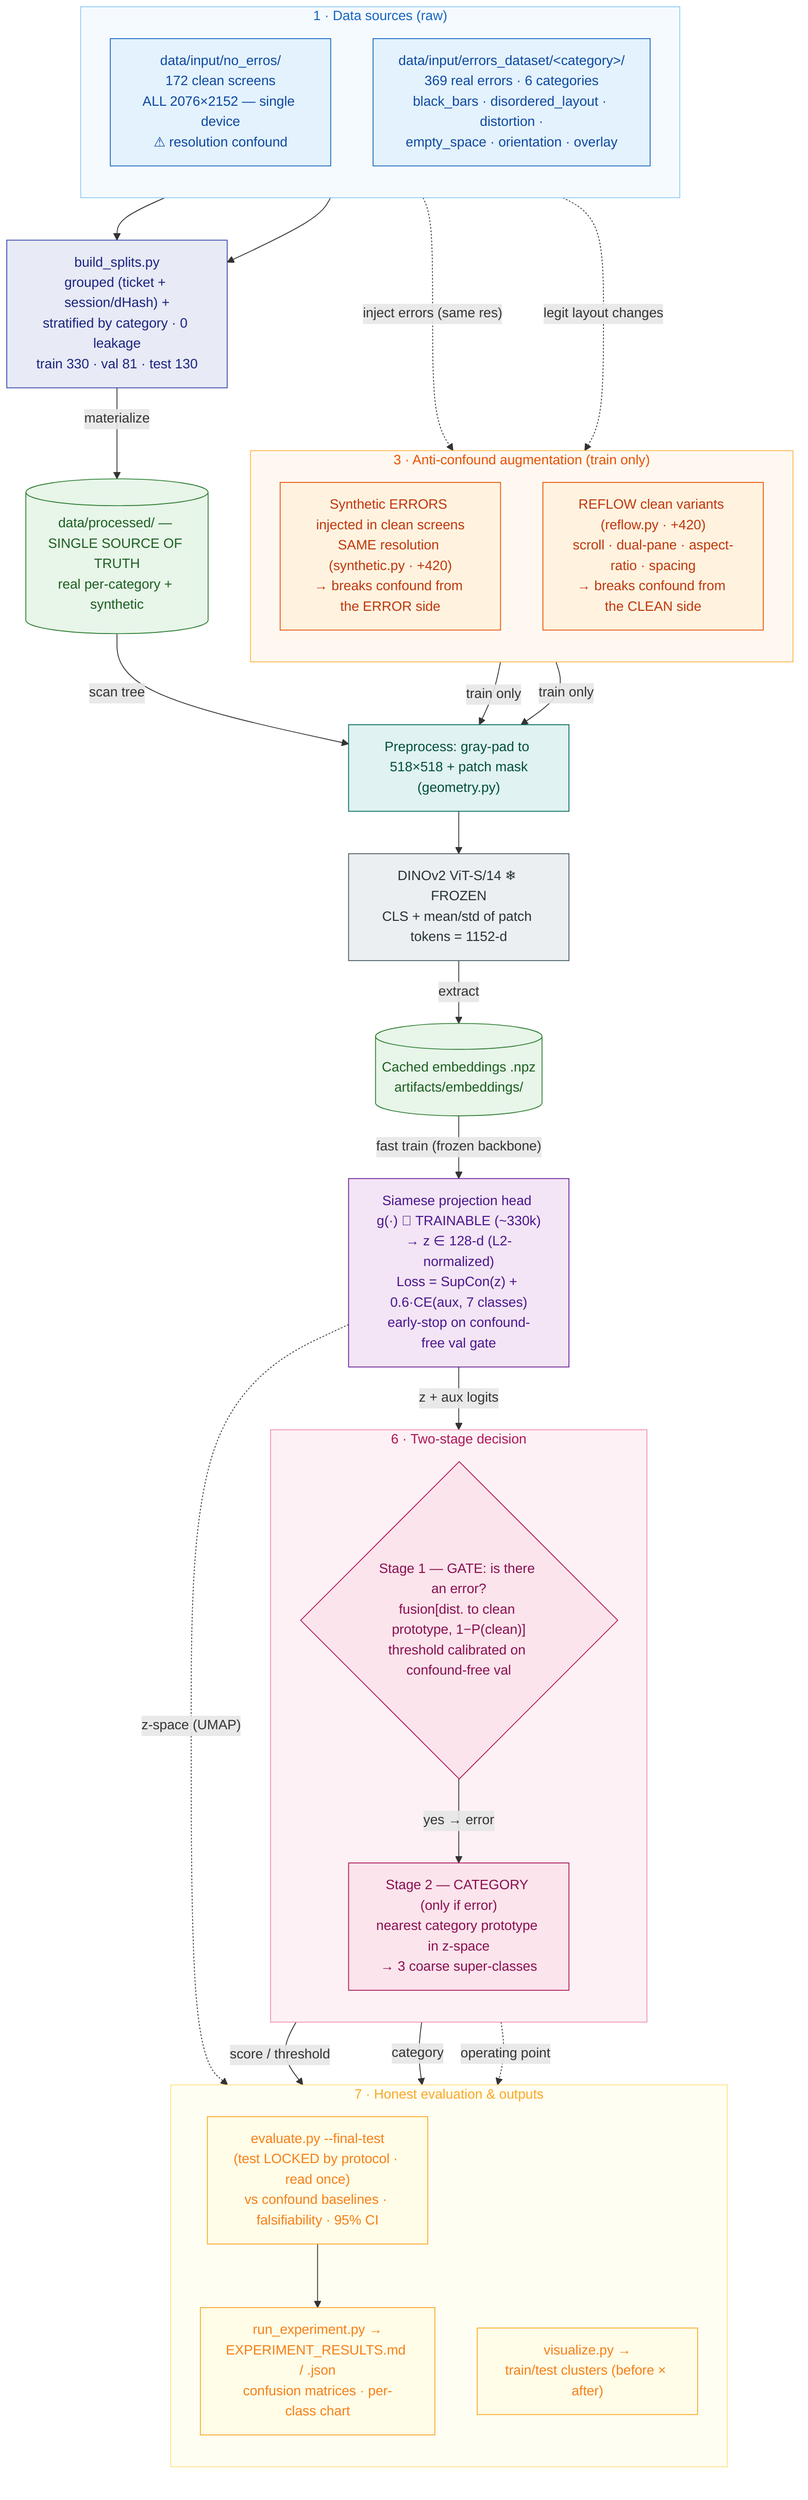
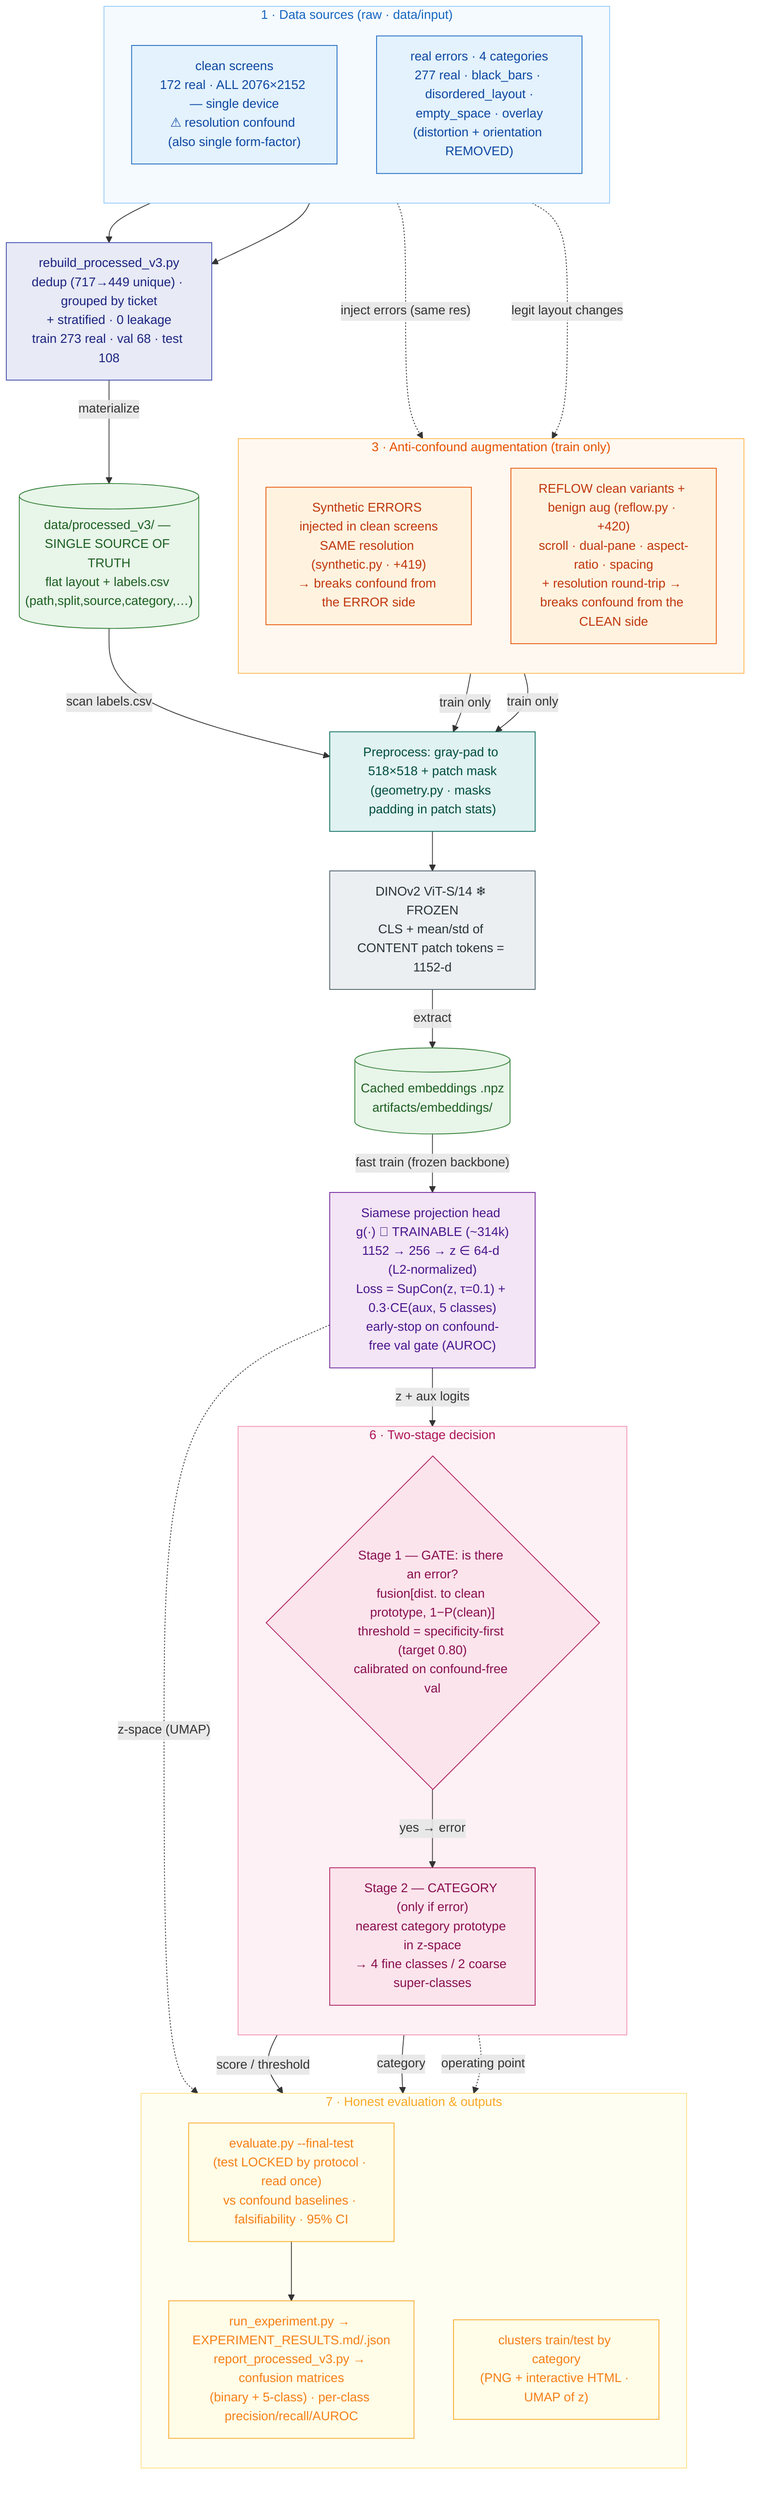
graph TD
    %% =====================================================================
    %% Pipeline — UI layout-error detector (siamese head over frozen DINOv2)
-     %% Two stages: (1) "is there an error?" gate · (2) error category
+     %% Dataset: data/processed_v3 · Two stages: (1) "is there an error?" gate · (2) error category
+     %% Reflects the FROZEN config used in the experiments (configs/default.yaml)
    %% =====================================================================

    %% ---------- 1. DATA SOURCES ----------
-     subgraph S1["1 · Data sources (raw)"]
+     subgraph S1["1 · Data sources (raw · data/input)"]
        direction TB
-         CLEAN["data/input/no_erros/<br/>172 clean screens<br/>ALL 2076×2152 — single device<br/>⚠ resolution confound"]
-         ERR["data/input/errors_dataset/&lt;category&gt;/<br/>369 real errors · 6 categories<br/>black_bars · disordered_layout · distortion ·<br/>empty_space · orientation · overlay"]
+         CLEAN["clean screens<br/>172 real · ALL 2076×2152 — single device<br/>⚠ resolution confound (also single form-factor)"]
+         ERR["real errors · 4 categories<br/>277 real · black_bars · disordered_layout ·<br/>empty_space · overlay<br/>(distortion + orientation REMOVED)"]
    end

    %% ---------- 2. SPLIT + SINGLE SOURCE OF TRUTH ----------
-     SPLIT["build_splits.py<br/>grouped (ticket + session/dHash) +<br/>stratified by category · 0 leakage<br/>train 330 · val 81 · test 130"]
-     PROC[("data/processed/ — SINGLE SOURCE OF TRUTH<br/>real per-category + synthetic")]
+     SPLIT["rebuild_processed_v3.py<br/>dedup (717→449 unique) · grouped by ticket<br/>+ stratified · 0 leakage<br/>train 273 real · val 68 · test 108"]
+     PROC[("data/processed_v3/ — SINGLE SOURCE OF TRUTH<br/>flat layout + labels.csv (path,split,source,category,…)")]

    %% ---------- 3. ANTI-CONFOUND AUGMENTATION (train only) ----------
    subgraph S3["3 · Anti-confound augmentation (train only)"]
        direction TB
-         SYN["Synthetic ERRORS injected in clean screens<br/>SAME resolution (synthetic.py · +420)<br/>→ breaks confound from the ERROR side"]
-         REF["REFLOW clean variants (reflow.py · +420)<br/>scroll · dual-pane · aspect-ratio · spacing<br/>→ breaks confound from the CLEAN side"]
+         SYN["Synthetic ERRORS injected in clean screens<br/>SAME resolution (synthetic.py · +419)<br/>→ breaks confound from the ERROR side"]
+         REF["REFLOW clean variants + benign aug (reflow.py · +420)<br/>scroll · dual-pane · aspect-ratio · spacing<br/>+ resolution round-trip → breaks confound from the CLEAN side"]
    end

    %% ---------- 4. BACKBONE + FEATURES ----------
-     PRE["Preprocess: gray-pad to 518×518 + patch mask<br/>(geometry.py)"]
-     BB["DINOv2 ViT-S/14 ❄ FROZEN<br/>CLS + mean/std of patch tokens = 1152-d"]
+     PRE["Preprocess: gray-pad to 518×518 + patch mask<br/>(geometry.py · masks padding in patch stats)"]
+     BB["DINOv2 ViT-S/14 ❄ FROZEN<br/>CLS + mean/std of CONTENT patch tokens = 1152-d"]
    EMB[("Cached embeddings .npz<br/>artifacts/embeddings/")]

    %% ---------- 5. TRAINING (only trainable part) ----------
-     HEAD["Siamese projection head g(·) 🎯 TRAINABLE (~330k)<br/>→ z ∈ 128-d (L2-normalized)<br/>Loss = SupCon(z) + 0.6·CE(aux, 7 classes)<br/>early-stop on confound-free val gate"]
+     HEAD["Siamese projection head g(·) 🎯 TRAINABLE (~314k)<br/>1152 → 256 → z ∈ 64-d (L2-normalized)<br/>Loss = SupCon(z, τ=0.1) + 0.3·CE(aux, 5 classes)<br/>early-stop on confound-free val gate (AUROC)"]

    %% ---------- 6. TWO-STAGE DECISION ----------
    subgraph S6["6 · Two-stage decision"]
        direction TB
-         G1{"Stage 1 — GATE: is there an error?<br/>fusion[dist. to clean prototype, 1−P(clean)]<br/>threshold calibrated on confound-free val"}
-         G2["Stage 2 — CATEGORY (only if error)<br/>nearest category prototype in z-space<br/>→ 3 coarse super-classes"]
+         G1{"Stage 1 — GATE: is there an error?<br/>fusion[dist. to clean prototype, 1−P(clean)]<br/>threshold = specificity-first (target 0.80)<br/>calibrated on confound-free val"}
+         G2["Stage 2 — CATEGORY (only if error)<br/>nearest category prototype in z-space<br/>→ 4 fine classes / 2 coarse super-classes"]
    end

    %% ---------- 7. HONEST EVALUATION + OUTPUTS ----------
    subgraph S7["7 · Honest evaluation & outputs"]
        direction TB
        EVAL["evaluate.py --final-test<br/>(test LOCKED by protocol · read once)<br/>vs confound baselines · falsifiability · 95% CI"]
-         REP["run_experiment.py →<br/>EXPERIMENT_RESULTS.md / .json<br/>confusion matrices · per-class chart"]
-         VIZ["visualize.py →<br/>train/test clusters (before × after)"]
+         REP["run_experiment.py → EXPERIMENT_RESULTS.md/.json<br/>report_processed_v3.py → confusion matrices<br/>(binary + 5-class) · per-class precision/recall/AUROC"]
+         VIZ["clusters train/test by category<br/>(PNG + interactive HTML · UMAP of z)"]
    end

    %% ===================== EDGES =====================
    CLEAN --> SPLIT
    ERR --> SPLIT
    SPLIT -->|"materialize"| PROC
    CLEAN -. "inject errors (same res)" .-> SYN
    CLEAN -. "legit layout changes" .-> REF
-     PROC -->|"scan tree"| PRE
+     PROC -->|"scan labels.csv"| PRE
    SYN -->|"train only"| PRE
    REF -->|"train only"| PRE
    PRE --> BB
    BB -->|"extract"| EMB
    EMB -->|"fast train (frozen backbone)"| HEAD
    HEAD -->|"z + aux logits"| G1
    G1 -->|"yes → error"| G2
    G1 -->|"score / threshold"| EVAL
    G2 -->|"category"| EVAL
    EVAL --> REP
    HEAD -. "z-space (UMAP)" .-> VIZ
    G1 -. "operating point" .-> VIZ

    %% ===================== STYLES =====================
    classDef source   fill:#E3F2FD,stroke:#1565C0,color:#0D47A1;
    classDef split    fill:#E8EAF6,stroke:#3949AB,color:#1A237E;
    classDef synth    fill:#FFF3E0,stroke:#E65100,color:#BF360C;
    classDef frozen   fill:#ECEFF1,stroke:#455A64,color:#263238;
    classDef proc     fill:#E0F2F1,stroke:#00695C,color:#004D40;
    classDef store    fill:#E8F5E9,stroke:#2E7D32,color:#1B5E20;
    classDef train    fill:#F3E5F5,stroke:#6A1B9A,color:#4A148C;
    classDef decision fill:#FCE4EC,stroke:#AD1457,color:#880E4F;
    classDef output   fill:#FFFDE7,stroke:#F9A825,color:#F57F17;

    class CLEAN,ERR source;
    class SPLIT split;
    class SYN,REF synth;
    class BB frozen;
    class PRE proc;
    class PROC,EMB store;
    class HEAD train;
    class G1,G2 decision;
    class EVAL,REP,VIZ output;

    style S1 fill:#F5FAFF,stroke:#90CAF9,color:#1565C0
    style S3 fill:#FFF8F0,stroke:#FFB74D,color:#E65100
    style S6 fill:#FDF1F5,stroke:#F48FB1,color:#AD1457
    style S7 fill:#FFFEF2,stroke:#FFE082,color:#F9A825
